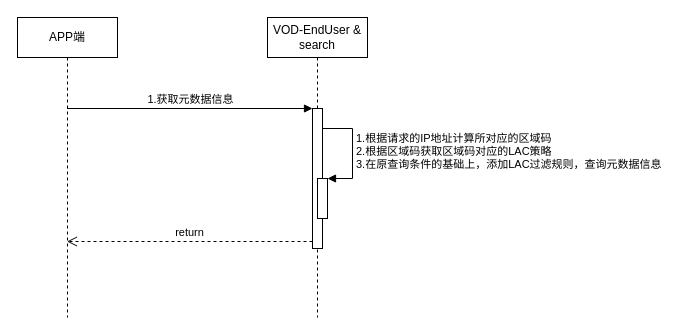
Before: page "终端用户获取元数据信息" (1 of 2) of lac区域控制.drawio in beixiaohai/goose, a draw.io diagram. Source tidied: cells renumbered, new cells numbered last; positions are measured from the earlier drawing's top-left corner, leaving out a move shared by most shapes. Both pictures are drawn from the tidied source at 100%, with x=0, y=0 at pixel (17, 17).
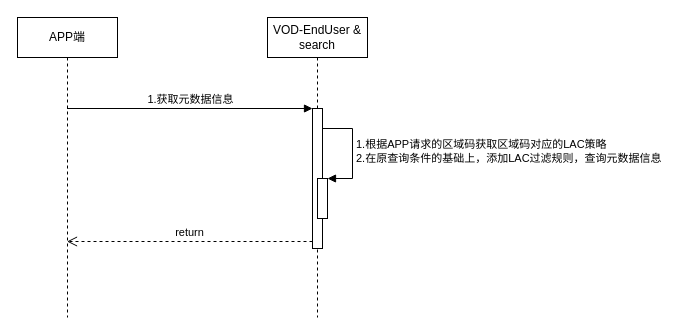
The same page after the edit.

Commit message:
更新lac区域控制.drawio

Change to the diagram source:
```diff
@@
 <mxGraphModel>
   <root>
     <mxCell id="0" />
     <mxCell id="1" parent="0" />
     <mxCell id="2" value="APP端" style="shape=umlLifeline;perimeter=lifelinePerimeter;whiteSpace=wrap;html=1;" parent="1" vertex="1">
       <mxGeometry width="100" height="300" as="geometry" />
     </mxCell>
     <mxCell id="3" value="VOD-EndUser &amp;amp; search" style="shape=umlLifeline;perimeter=lifelinePerimeter;whiteSpace=wrap;html=1;" parent="1" vertex="1">
       <mxGeometry x="250" width="100" height="300" as="geometry" />
     </mxCell>
     <mxCell id="4" style="html=1;points=[];perimeter=orthogonalPerimeter;" parent="3" vertex="1">
       <mxGeometry x="45" y="91" width="10" height="140" as="geometry" />
     </mxCell>
     <mxCell id="5" style="html=1;points=[];perimeter=orthogonalPerimeter;" parent="3" vertex="1">
       <mxGeometry x="50" y="161" width="10" height="40" as="geometry" />
     </mxCell>
-    <mxCell id="6" value="1.根据请求的IP地址计算所对应的区域码&lt;br&gt;2.根据区域码获取区域码对应的LAC策略&lt;br&gt;3.在原查询条件的基础上，添加LAC过滤规则，查询元数据信息" style="edgeStyle=orthogonalEdgeStyle;html=1;align=left;spacingLeft=2;endArrow=block;rounded=0;entryX=1;entryY=0;" parent="3" edge="1" target="5">
+    <mxCell id="6" value="1.根据APP请求的区域码获取区域码对应的LAC策略&lt;br&gt;2.在原查询条件的基础上，添加LAC过滤规则，查询元数据信息" style="edgeStyle=orthogonalEdgeStyle;html=1;align=left;spacingLeft=2;endArrow=block;rounded=0;entryX=1;entryY=0;" parent="3" edge="1" target="5">
       <mxGeometry relative="1" as="geometry">
         <mxPoint x="55" y="111" as="sourcePoint" />
         <Array as="points">
           <mxPoint x="85" y="111" />
         </Array>
       </mxGeometry>
     </mxCell>
     <mxCell id="7" value="1.获取元数据信息" style="html=1;verticalAlign=bottom;endArrow=block;entryX=0;entryY=0;rounded=0;" parent="1" edge="1" target="4">
       <mxGeometry relative="1" as="geometry">
         <mxPoint x="49.5" y="91" as="sourcePoint" />
       </mxGeometry>
     </mxCell>
     <mxCell id="8" value="return" style="html=1;verticalAlign=bottom;endArrow=open;dashed=1;endSize=8;exitX=0;exitY=0.95;rounded=0;" parent="1" edge="1" source="4">
       <mxGeometry relative="1" as="geometry">
         <mxPoint x="49.5" y="224" as="targetPoint" />
       </mxGeometry>
     </mxCell>
   </root>
 </mxGraphModel>
```
